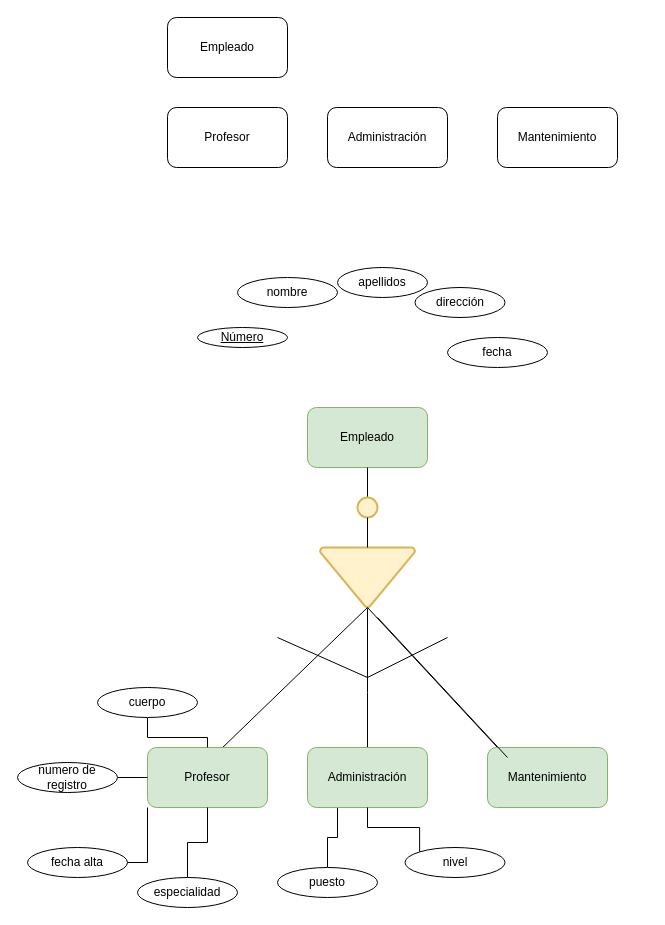
lalayond/base-datos- keeps this draw.io diagram as Unidad1/tareas/tarea8/tarea8.drawio. Above is the earlier version. Source tidied: cells renumbered, new cells numbered last; positions are measured from the earlier drawing's top-left corner, leaving out a move shared by most shapes. Both pictures are drawn from the tidied source at 100%, with x=0, y=0 at pixel (17, 17).
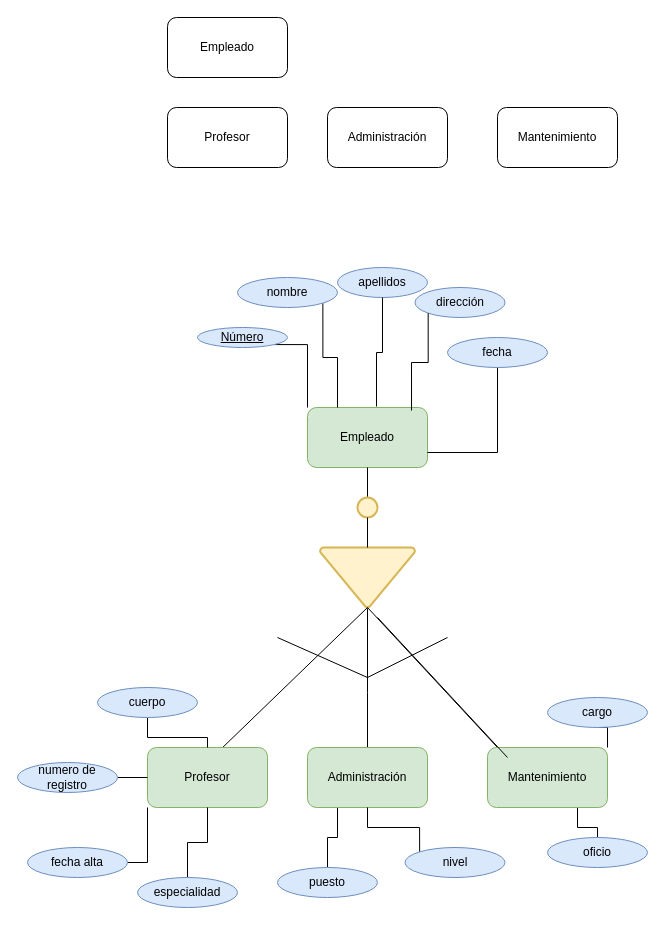
The same page after the edit.

Unchanged cells that the change refers to:
```xml
<mxCell id="6" value="Empleado" style="rounded=1;whiteSpace=wrap;html=1;fillColor=#d5e8d4;strokeColor=#82b366;" parent="1" vertex="1">
  <mxGeometry x="290" y="390" width="120" height="60" as="geometry" />
</mxCell>
<mxCell id="16" value="Mantenimiento" style="rounded=1;whiteSpace=wrap;html=1;fillColor=#d5e8d4;strokeColor=#82b366;" parent="1" vertex="1">
  <mxGeometry x="470" y="730" width="120" height="60" as="geometry" />
</mxCell>
```

Change to the diagram source:
```diff
@@
+    <mxCell id="37" style="edgeStyle=orthogonalEdgeStyle;rounded=0;jettySize=auto;html=1;exitX=0.75;exitY=1;exitDx=0;exitDy=0;endArrow=none;endFill=0;" parent="1" edge="1" source="16" target="43">
+      <mxGeometry relative="1" as="geometry" />
+    </mxCell>
@@
+    <mxCell id="38" style="edgeStyle=orthogonalEdgeStyle;rounded=0;jettySize=auto;html=1;exitX=1;exitY=1;exitDx=0;exitDy=0;entryX=0;entryY=0;entryDx=0;entryDy=0;endArrow=none;endFill=0;" parent="1" edge="1" source="20" target="6">
+      <mxGeometry relative="1" as="geometry" />
+    </mxCell>
-    <mxCell id="20" value="Número" style="ellipse;whiteSpace=wrap;html=1;fontStyle=4;" parent="1" vertex="1">
+    <mxCell id="20" value="Número" style="ellipse;whiteSpace=wrap;html=1;fontStyle=4;fillColor=#dae8fc;strokeColor=#6c8ebf;" parent="1" vertex="1">
       <mxGeometry x="180" y="310" width="90" height="20" as="geometry" />
     </mxCell>
+    <mxCell id="39" style="edgeStyle=orthogonalEdgeStyle;rounded=0;jettySize=auto;html=1;exitX=1;exitY=1;exitDx=0;exitDy=0;entryX=0.25;entryY=0;entryDx=0;entryDy=0;endArrow=none;endFill=0;" parent="1" edge="1" source="21" target="6">
+      <mxGeometry relative="1" as="geometry" />
+    </mxCell>
-    <mxCell id="21" value="nombre " style="ellipse;whiteSpace=wrap;html=1;" parent="1" vertex="1">
+    <mxCell id="21" value="nombre " style="ellipse;whiteSpace=wrap;html=1;fillColor=#dae8fc;strokeColor=#6c8ebf;" parent="1" vertex="1">
       <mxGeometry x="220" y="260" width="100" height="30" as="geometry" />
     </mxCell>
-    <mxCell id="22" value="apellidos" style="ellipse;whiteSpace=wrap;html=1;" parent="1" vertex="1">
+    <mxCell id="22" value="apellidos" style="ellipse;whiteSpace=wrap;html=1;fillColor=#dae8fc;strokeColor=#6c8ebf;" parent="1" vertex="1">
       <mxGeometry x="320" y="250" width="90" height="30" as="geometry" />
     </mxCell>
-    <mxCell id="23" value="dirección" style="ellipse;whiteSpace=wrap;html=1;" parent="1" vertex="1">
+    <mxCell id="23" value="dirección" style="ellipse;whiteSpace=wrap;html=1;fillColor=#dae8fc;strokeColor=#6c8ebf;" parent="1" vertex="1">
       <mxGeometry x="397.5" y="270" width="90" height="30" as="geometry" />
     </mxCell>
+    <mxCell id="40" style="edgeStyle=orthogonalEdgeStyle;rounded=0;jettySize=auto;html=1;exitX=0.5;exitY=1;exitDx=0;exitDy=0;entryX=1;entryY=0.75;entryDx=0;entryDy=0;endArrow=none;endFill=0;" parent="1" edge="1" source="24" target="6">
+      <mxGeometry relative="1" as="geometry" />
+    </mxCell>
-    <mxCell id="24" value="fecha" style="ellipse;whiteSpace=wrap;html=1;" parent="1" vertex="1">
+    <mxCell id="24" value="fecha" style="ellipse;whiteSpace=wrap;html=1;fillColor=#dae8fc;strokeColor=#6c8ebf;" parent="1" vertex="1">
       <mxGeometry x="430" y="320" width="100" height="30" as="geometry" />
     </mxCell>
@@
-    <mxCell id="26" value="especialidad" style="ellipse;whiteSpace=wrap;html=1;" parent="1" vertex="1">
+    <mxCell id="26" value="especialidad" style="ellipse;whiteSpace=wrap;html=1;fillColor=#dae8fc;strokeColor=#6c8ebf;" parent="1" vertex="1">
       <mxGeometry x="120" y="860" width="100" height="30" as="geometry" />
     </mxCell>
@@
-    <mxCell id="28" value="cuerpo" style="ellipse;whiteSpace=wrap;html=1;" parent="1" vertex="1">
+    <mxCell id="28" value="cuerpo" style="ellipse;whiteSpace=wrap;html=1;fillColor=#dae8fc;strokeColor=#6c8ebf;" parent="1" vertex="1">
       <mxGeometry x="80" y="670" width="100" height="30" as="geometry" />
     </mxCell>
@@
-    <mxCell id="30" value="fecha alta" style="ellipse;whiteSpace=wrap;html=1;" parent="1" vertex="1">
+    <mxCell id="30" value="fecha alta" style="ellipse;whiteSpace=wrap;html=1;fillColor=#dae8fc;strokeColor=#6c8ebf;" parent="1" vertex="1">
       <mxGeometry x="10" y="830" width="100" height="30" as="geometry" />
     </mxCell>
@@
-    <mxCell id="32" value="numero de registro" style="ellipse;whiteSpace=wrap;html=1;" parent="1" vertex="1">
+    <mxCell id="32" value="numero de registro" style="ellipse;whiteSpace=wrap;html=1;fillColor=#dae8fc;strokeColor=#6c8ebf;" parent="1" vertex="1">
       <mxGeometry y="745" width="100" height="30" as="geometry" />
     </mxCell>
@@
-    <mxCell id="34" value="nivel" style="ellipse;whiteSpace=wrap;html=1;" parent="1" vertex="1">
+    <mxCell id="34" value="nivel" style="ellipse;whiteSpace=wrap;html=1;fillColor=#dae8fc;strokeColor=#6c8ebf;" parent="1" vertex="1">
       <mxGeometry x="387.5" y="830" width="100" height="30" as="geometry" />
     </mxCell>
-    <mxCell id="35" value="puesto" style="ellipse;whiteSpace=wrap;html=1;" parent="1" vertex="1">
+    <mxCell id="35" value="puesto" style="ellipse;whiteSpace=wrap;html=1;fillColor=#dae8fc;strokeColor=#6c8ebf;" parent="1" vertex="1">
       <mxGeometry x="260" y="850" width="100" height="30" as="geometry" />
     </mxCell>
@@
+    <mxCell id="41" style="edgeStyle=orthogonalEdgeStyle;rounded=0;jettySize=auto;html=1;exitX=0.5;exitY=1;exitDx=0;exitDy=0;entryX=1;entryY=0;entryDx=0;entryDy=0;endArrow=none;endFill=0;" parent="1" edge="1" source="42" target="16">
+      <mxGeometry relative="1" as="geometry" />
+    </mxCell>
+    <mxCell id="42" value="cargo" style="ellipse;whiteSpace=wrap;html=1;fillColor=#dae8fc;strokeColor=#6c8ebf;" parent="1" vertex="1">
+      <mxGeometry x="530" y="680" width="100" height="30" as="geometry" />
+    </mxCell>
+    <mxCell id="43" value="oficio" style="ellipse;whiteSpace=wrap;html=1;fillColor=#dae8fc;strokeColor=#6c8ebf;" parent="1" vertex="1">
+      <mxGeometry x="530" y="820" width="100" height="30" as="geometry" />
+    </mxCell>
+    <mxCell id="44" style="edgeStyle=orthogonalEdgeStyle;rounded=0;jettySize=auto;html=1;exitX=0.5;exitY=1;exitDx=0;exitDy=0;entryX=0.575;entryY=-0.017;entryDx=0;entryDy=0;entryPerimeter=0;endArrow=none;endFill=0;" parent="1" edge="1" source="22" target="6">
+      <mxGeometry relative="1" as="geometry" />
+    </mxCell>
+    <mxCell id="45" style="edgeStyle=orthogonalEdgeStyle;rounded=0;jettySize=auto;html=1;exitX=0;exitY=1;exitDx=0;exitDy=0;entryX=0.867;entryY=0.05;entryDx=0;entryDy=0;entryPerimeter=0;endArrow=none;endFill=0;" parent="1" edge="1" source="23" target="6">
+      <mxGeometry relative="1" as="geometry" />
+    </mxCell>
```
